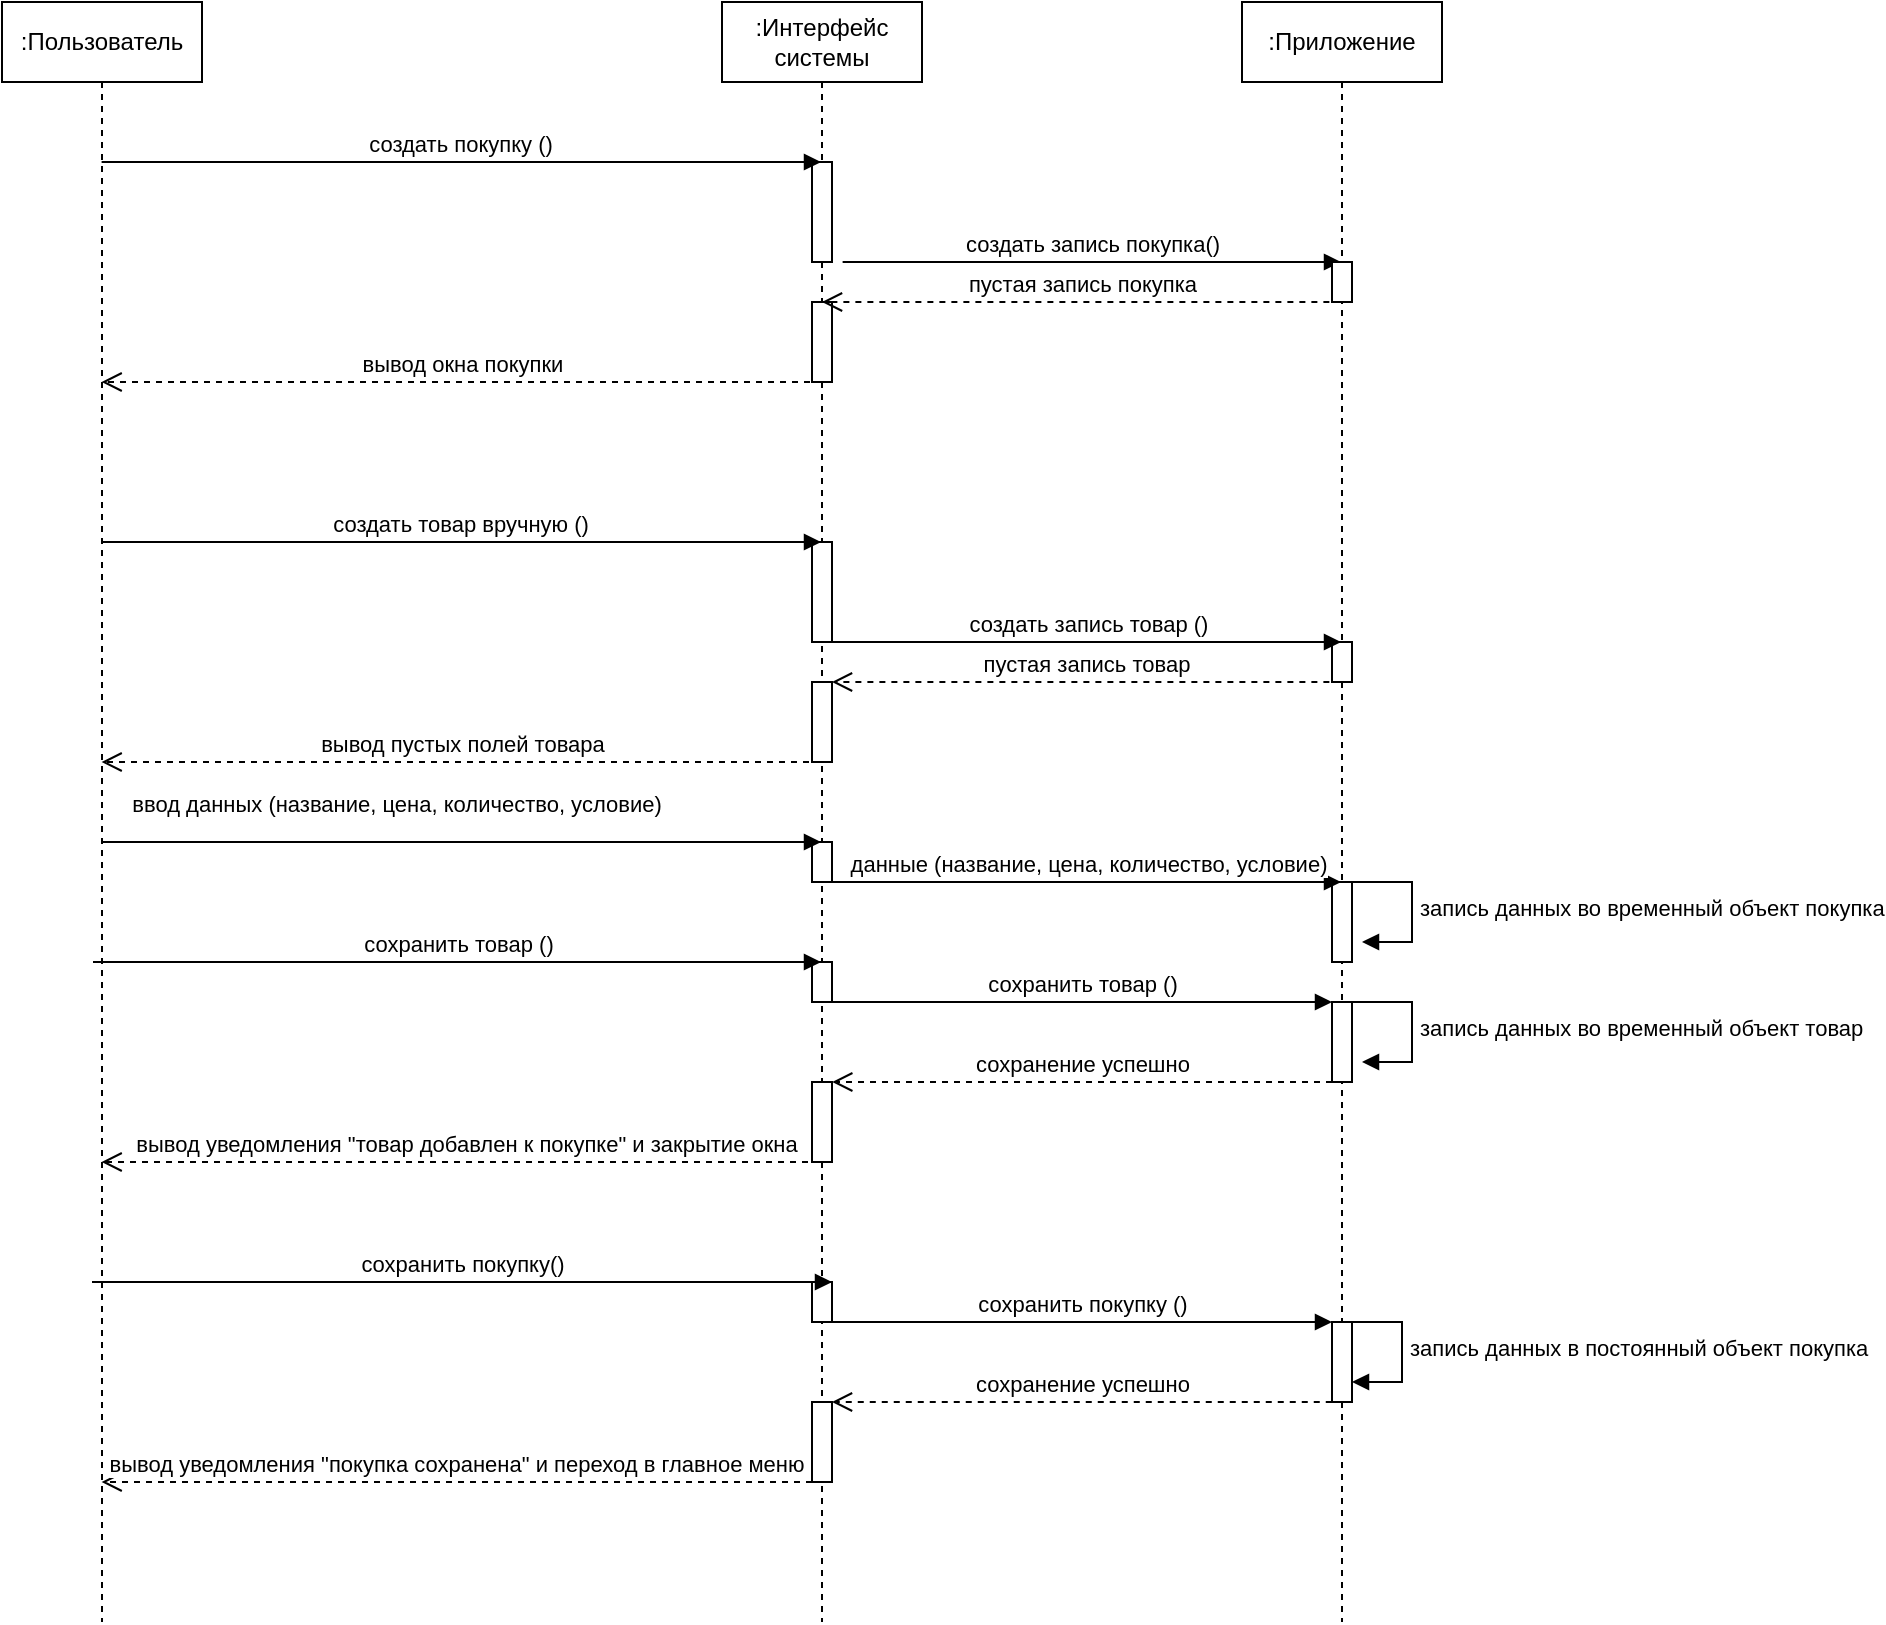
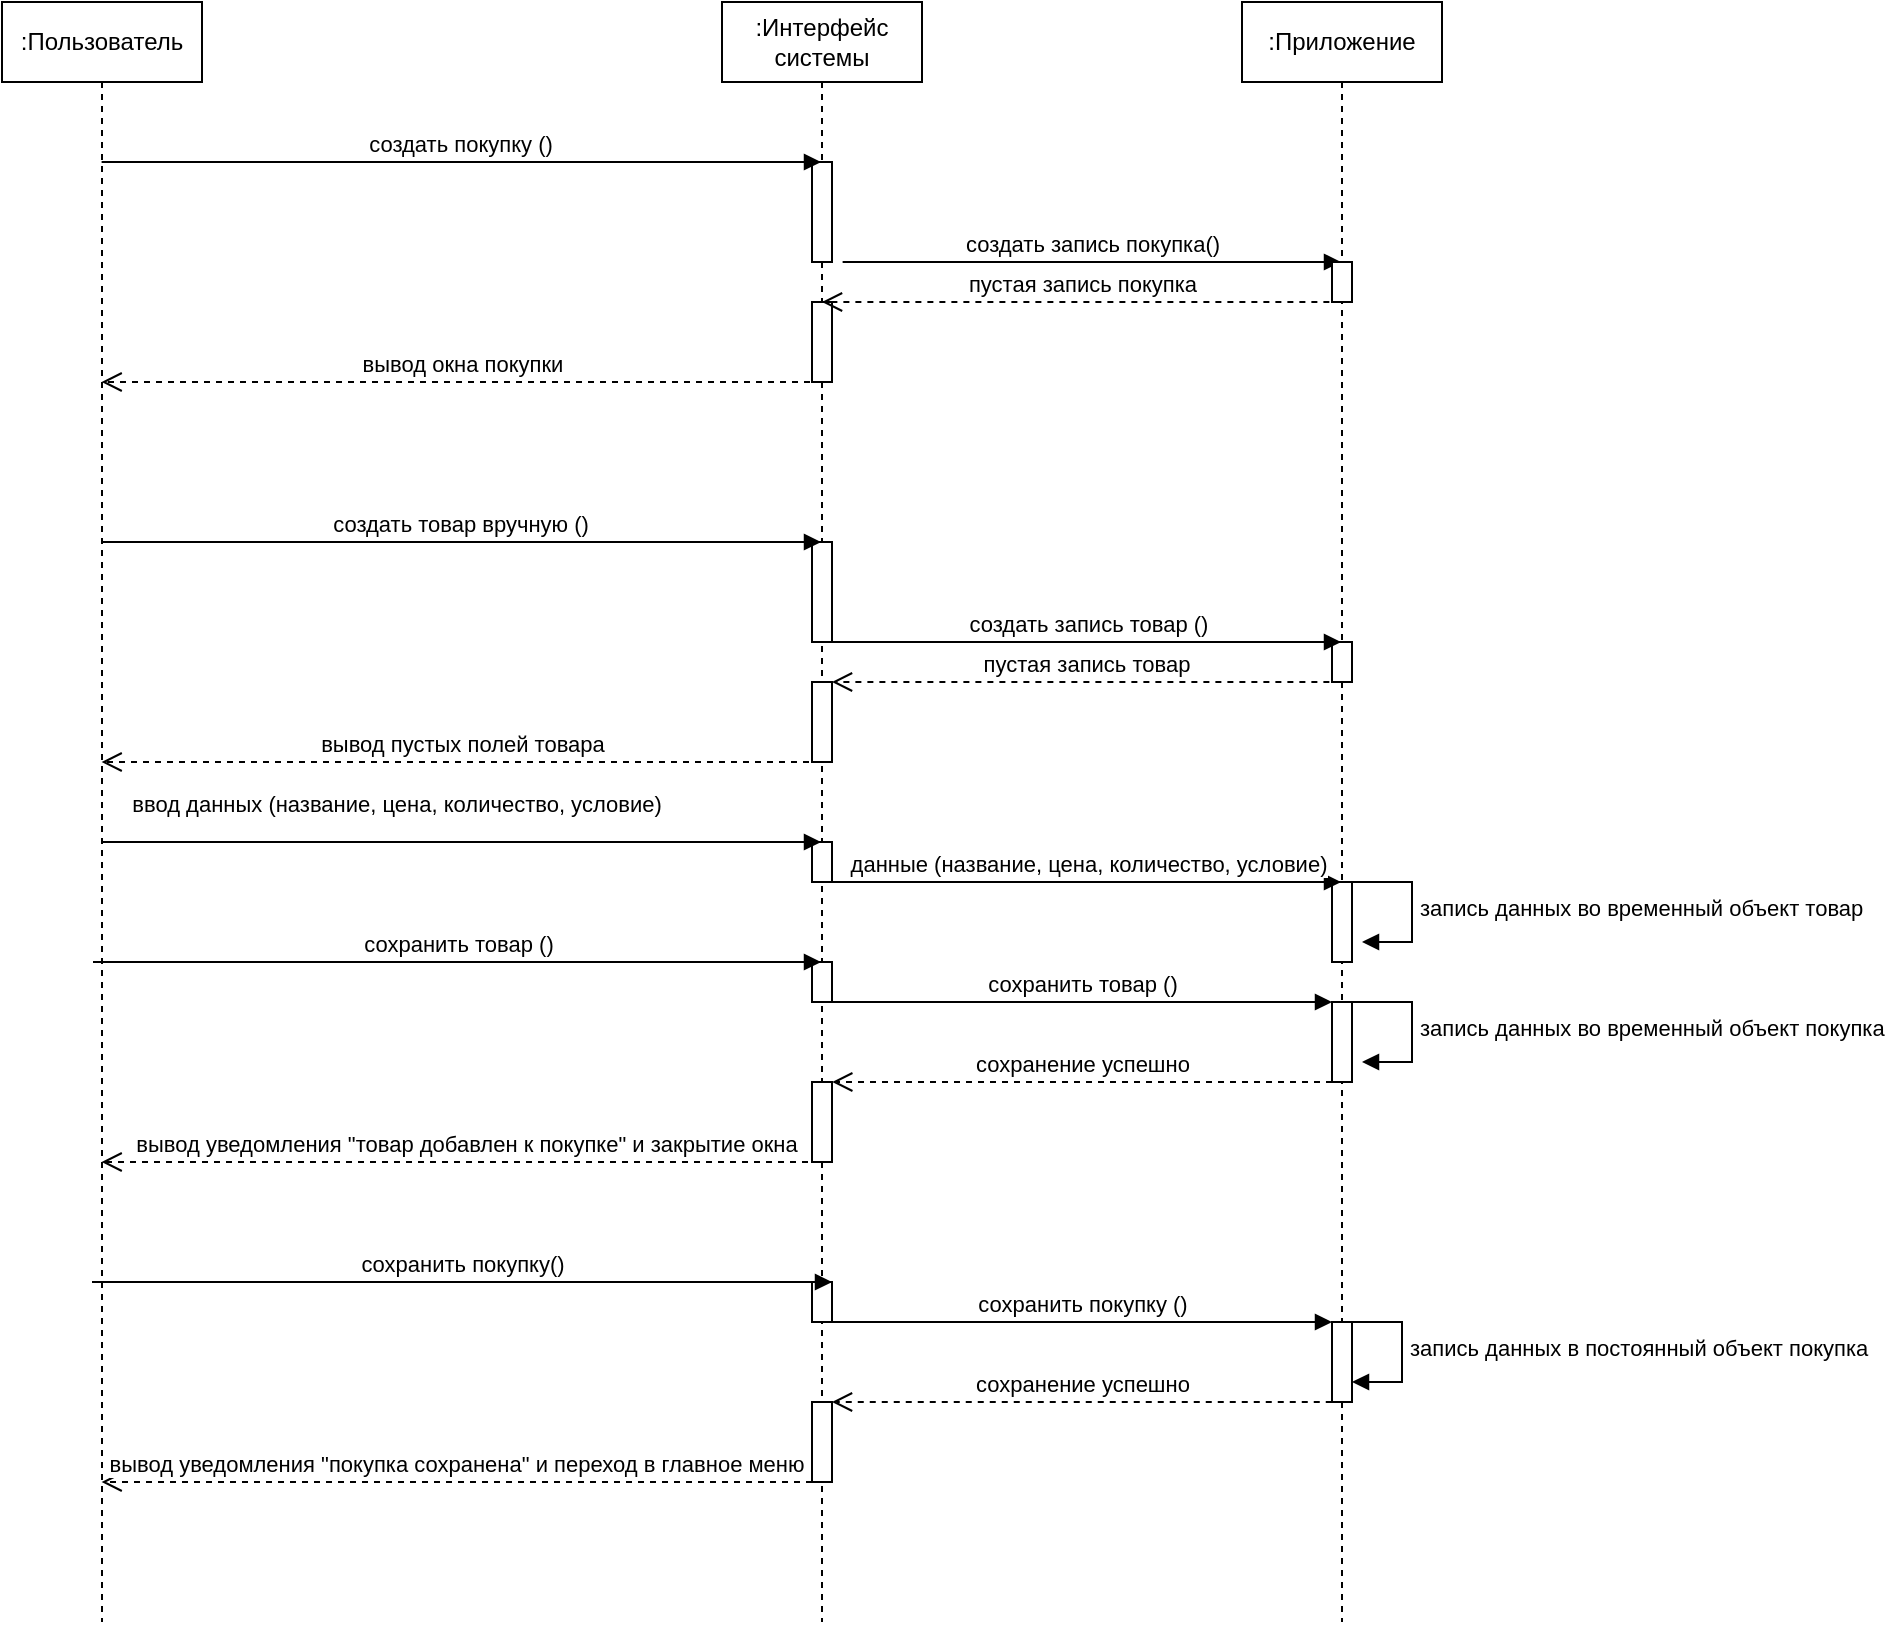
<mxfile host="Electron" agent="Mozilla/5.0 (Windows NT 10.0; Win64; x64) AppleWebKit/537.36 (KHTML, like Gecko) draw.io/27.0.9 Chrome/134.0.6998.205 Electron/35.4.0 Safari/537.36" version="27.0.9">
  <diagram name="Страница — 1" id="C-zP2Uvof8lX_r3ap9eg">
-     <mxGraphModel dx="983" dy="580" grid="1" gridSize="10" guides="1" tooltips="1" connect="1" arrows="1" fold="1" page="1" pageScale="1" pageWidth="827" pageHeight="1169" math="0" shadow="0">
+     <mxGraphModel dx="1426" dy="841" grid="1" gridSize="10" guides="1" tooltips="1" connect="1" arrows="1" fold="1" page="1" pageScale="1" pageWidth="827" pageHeight="1169" math="0" shadow="0">
      <root>
        <mxCell id="0" />
        <mxCell id="1" parent="0" />
        <mxCell id="Df0aoUOf8Cm_znKc1Et9-1" value=":Пользователь" style="shape=umlLifeline;perimeter=lifelinePerimeter;whiteSpace=wrap;html=1;container=1;dropTarget=0;collapsible=0;recursiveResize=0;outlineConnect=0;portConstraint=eastwest;newEdgeStyle={&quot;curved&quot;:0,&quot;rounded&quot;:0};" parent="1" vertex="1">
          <mxGeometry x="20" y="150" width="100" height="810" as="geometry" />
        </mxCell>
        <mxCell id="Df0aoUOf8Cm_znKc1Et9-2" value=":Интерфейс системы" style="shape=umlLifeline;perimeter=lifelinePerimeter;whiteSpace=wrap;html=1;container=1;dropTarget=0;collapsible=0;recursiveResize=0;outlineConnect=0;portConstraint=eastwest;newEdgeStyle={&quot;curved&quot;:0,&quot;rounded&quot;:0};" parent="1" vertex="1">
          <mxGeometry x="380" y="150" width="100" height="810" as="geometry" />
        </mxCell>
        <mxCell id="Df0aoUOf8Cm_znKc1Et9-5" value="" style="html=1;points=[[0,0,0,0,5],[0,1,0,0,-5],[1,0,0,0,5],[1,1,0,0,-5]];perimeter=orthogonalPerimeter;outlineConnect=0;targetShapes=umlLifeline;portConstraint=eastwest;newEdgeStyle={&quot;curved&quot;:0,&quot;rounded&quot;:0};" parent="Df0aoUOf8Cm_znKc1Et9-2" vertex="1">
          <mxGeometry x="45" y="270" width="10" height="50" as="geometry" />
        </mxCell>
        <mxCell id="Df0aoUOf8Cm_znKc1Et9-12" value="" style="html=1;points=[[0,0,0,0,5],[0,1,0,0,-5],[1,0,0,0,5],[1,1,0,0,-5]];perimeter=orthogonalPerimeter;outlineConnect=0;targetShapes=umlLifeline;portConstraint=eastwest;newEdgeStyle={&quot;curved&quot;:0,&quot;rounded&quot;:0};" parent="Df0aoUOf8Cm_znKc1Et9-2" vertex="1">
          <mxGeometry x="45" y="420" width="10" height="20" as="geometry" />
        </mxCell>
        <mxCell id="Df0aoUOf8Cm_znKc1Et9-18" value="" style="html=1;points=[[0,0,0,0,5],[0,1,0,0,-5],[1,0,0,0,5],[1,1,0,0,-5]];perimeter=orthogonalPerimeter;outlineConnect=0;targetShapes=umlLifeline;portConstraint=eastwest;newEdgeStyle={&quot;curved&quot;:0,&quot;rounded&quot;:0};" parent="Df0aoUOf8Cm_znKc1Et9-2" vertex="1">
          <mxGeometry x="45" y="340" width="10" height="40" as="geometry" />
        </mxCell>
-         <mxCell id="ONG9JS5dPrq4KwK6SSC--2" value="" style="html=1;points=[[0,0,0,0,5],[0,1,0,0,-5],[1,0,0,0,5],[1,1,0,0,-5]];perimeter=orthogonalPerimeter;outlineConnect=0;targetShapes=umlLifeline;portConstraint=eastwest;newEdgeStyle={&quot;curved&quot;:0,&quot;rounded&quot;:0};" vertex="1" parent="Df0aoUOf8Cm_znKc1Et9-2">
+         <mxCell id="ONG9JS5dPrq4KwK6SSC--2" value="" style="html=1;points=[[0,0,0,0,5],[0,1,0,0,-5],[1,0,0,0,5],[1,1,0,0,-5]];perimeter=orthogonalPerimeter;outlineConnect=0;targetShapes=umlLifeline;portConstraint=eastwest;newEdgeStyle={&quot;curved&quot;:0,&quot;rounded&quot;:0};" parent="Df0aoUOf8Cm_znKc1Et9-2" vertex="1">
          <mxGeometry x="45" y="80" width="10" height="50" as="geometry" />
        </mxCell>
-         <mxCell id="ONG9JS5dPrq4KwK6SSC--3" value="создать запись покупка()" style="html=1;verticalAlign=bottom;endArrow=block;curved=0;rounded=0;" edge="1" parent="Df0aoUOf8Cm_znKc1Et9-2">
+         <mxCell id="ONG9JS5dPrq4KwK6SSC--3" value="создать запись покупка()" style="html=1;verticalAlign=bottom;endArrow=block;curved=0;rounded=0;" parent="Df0aoUOf8Cm_znKc1Et9-2" edge="1">
          <mxGeometry width="80" relative="1" as="geometry">
            <mxPoint x="60.31034482758605" y="130" as="sourcePoint" />
            <mxPoint x="309.5" y="130" as="targetPoint" />
          </mxGeometry>
        </mxCell>
-         <mxCell id="ONG9JS5dPrq4KwK6SSC--7" value="вывод окна покупки" style="html=1;verticalAlign=bottom;endArrow=open;dashed=1;endSize=8;curved=0;rounded=0;" edge="1" parent="Df0aoUOf8Cm_znKc1Et9-2">
+         <mxCell id="ONG9JS5dPrq4KwK6SSC--7" value="вывод окна покупки" style="html=1;verticalAlign=bottom;endArrow=open;dashed=1;endSize=8;curved=0;rounded=0;" parent="Df0aoUOf8Cm_znKc1Et9-2" edge="1">
          <mxGeometry relative="1" as="geometry">
            <mxPoint x="49.99965517241395" y="190" as="sourcePoint" />
            <mxPoint x="-310.19" y="190" as="targetPoint" />
          </mxGeometry>
        </mxCell>
-         <mxCell id="ONG9JS5dPrq4KwK6SSC--6" value="" style="html=1;points=[[0,0,0,0,5],[0,1,0,0,-5],[1,0,0,0,5],[1,1,0,0,-5]];perimeter=orthogonalPerimeter;outlineConnect=0;targetShapes=umlLifeline;portConstraint=eastwest;newEdgeStyle={&quot;curved&quot;:0,&quot;rounded&quot;:0};" vertex="1" parent="Df0aoUOf8Cm_znKc1Et9-2">
+         <mxCell id="ONG9JS5dPrq4KwK6SSC--6" value="" style="html=1;points=[[0,0,0,0,5],[0,1,0,0,-5],[1,0,0,0,5],[1,1,0,0,-5]];perimeter=orthogonalPerimeter;outlineConnect=0;targetShapes=umlLifeline;portConstraint=eastwest;newEdgeStyle={&quot;curved&quot;:0,&quot;rounded&quot;:0};" parent="Df0aoUOf8Cm_znKc1Et9-2" vertex="1">
          <mxGeometry x="44.99965517241395" y="150" width="10" height="40" as="geometry" />
        </mxCell>
        <mxCell id="Df0aoUOf8Cm_znKc1Et9-9" value="" style="html=1;points=[[0,0,0,0,5],[0,1,0,0,-5],[1,0,0,0,5],[1,1,0,0,-5]];perimeter=orthogonalPerimeter;outlineConnect=0;targetShapes=umlLifeline;portConstraint=eastwest;newEdgeStyle={&quot;curved&quot;:0,&quot;rounded&quot;:0};" parent="Df0aoUOf8Cm_znKc1Et9-2" vertex="1">
          <mxGeometry x="45" y="480" width="10" height="20" as="geometry" />
        </mxCell>
        <mxCell id="Df0aoUOf8Cm_znKc1Et9-29" value="" style="html=1;points=[[0,0,0,0,5],[0,1,0,0,-5],[1,0,0,0,5],[1,1,0,0,-5]];perimeter=orthogonalPerimeter;outlineConnect=0;targetShapes=umlLifeline;portConstraint=eastwest;newEdgeStyle={&quot;curved&quot;:0,&quot;rounded&quot;:0};" parent="Df0aoUOf8Cm_znKc1Et9-2" vertex="1">
          <mxGeometry x="45" y="540" width="10" height="40" as="geometry" />
        </mxCell>
        <mxCell id="Df0aoUOf8Cm_znKc1Et9-22" value="" style="html=1;points=[[0,0,0,0,5],[0,1,0,0,-5],[1,0,0,0,5],[1,1,0,0,-5]];perimeter=orthogonalPerimeter;outlineConnect=0;targetShapes=umlLifeline;portConstraint=eastwest;newEdgeStyle={&quot;curved&quot;:0,&quot;rounded&quot;:0};" parent="Df0aoUOf8Cm_znKc1Et9-2" vertex="1">
          <mxGeometry x="45" y="640" width="10" height="20" as="geometry" />
        </mxCell>
        <mxCell id="Df0aoUOf8Cm_znKc1Et9-31" value="" style="html=1;points=[[0,0,0,0,5],[0,1,0,0,-5],[1,0,0,0,5],[1,1,0,0,-5]];perimeter=orthogonalPerimeter;outlineConnect=0;targetShapes=umlLifeline;portConstraint=eastwest;newEdgeStyle={&quot;curved&quot;:0,&quot;rounded&quot;:0};" parent="Df0aoUOf8Cm_znKc1Et9-2" vertex="1">
          <mxGeometry x="45.00000000000006" y="700" width="10" height="40" as="geometry" />
        </mxCell>
        <mxCell id="Df0aoUOf8Cm_znKc1Et9-3" value=":Приложение" style="shape=umlLifeline;perimeter=lifelinePerimeter;whiteSpace=wrap;html=1;container=1;dropTarget=0;collapsible=0;recursiveResize=0;outlineConnect=0;portConstraint=eastwest;newEdgeStyle={&quot;curved&quot;:0,&quot;rounded&quot;:0};" parent="1" vertex="1">
          <mxGeometry x="640" y="150" width="100" height="810" as="geometry" />
        </mxCell>
        <mxCell id="Df0aoUOf8Cm_znKc1Et9-7" value="" style="html=1;points=[[0,0,0,0,5],[0,1,0,0,-5],[1,0,0,0,5],[1,1,0,0,-5]];perimeter=orthogonalPerimeter;outlineConnect=0;targetShapes=umlLifeline;portConstraint=eastwest;newEdgeStyle={&quot;curved&quot;:0,&quot;rounded&quot;:0};" parent="Df0aoUOf8Cm_znKc1Et9-3" vertex="1">
          <mxGeometry x="45" y="320" width="10" height="20" as="geometry" />
        </mxCell>
        <mxCell id="Df0aoUOf8Cm_znKc1Et9-14" value="" style="html=1;points=[[0,0,0,0,5],[0,1,0,0,-5],[1,0,0,0,5],[1,1,0,0,-5]];perimeter=orthogonalPerimeter;outlineConnect=0;targetShapes=umlLifeline;portConstraint=eastwest;newEdgeStyle={&quot;curved&quot;:0,&quot;rounded&quot;:0};" parent="Df0aoUOf8Cm_znKc1Et9-3" vertex="1">
          <mxGeometry x="45" y="440" width="10" height="40" as="geometry" />
        </mxCell>
        <mxCell id="Df0aoUOf8Cm_znKc1Et9-21" value="запись данных во временный объект покупка" style="html=1;align=left;spacingLeft=2;endArrow=block;rounded=0;edgeStyle=orthogonalEdgeStyle;curved=0;rounded=0;" parent="Df0aoUOf8Cm_znKc1Et9-3" edge="1">
          <mxGeometry relative="1" as="geometry">
-             <mxPoint x="55" y="440" as="sourcePoint" />
+             <mxPoint x="55" y="500" as="sourcePoint" />
            <Array as="points">
-               <mxPoint x="85" y="470" />
+               <mxPoint x="85" y="530" />
            </Array>
-             <mxPoint x="60" y="470" as="targetPoint" />
+             <mxPoint x="60" y="530" as="targetPoint" />
          </mxGeometry>
        </mxCell>
-         <mxCell id="ONG9JS5dPrq4KwK6SSC--4" value="" style="html=1;points=[[0,0,0,0,5],[0,1,0,0,-5],[1,0,0,0,5],[1,1,0,0,-5]];perimeter=orthogonalPerimeter;outlineConnect=0;targetShapes=umlLifeline;portConstraint=eastwest;newEdgeStyle={&quot;curved&quot;:0,&quot;rounded&quot;:0};" vertex="1" parent="Df0aoUOf8Cm_znKc1Et9-3">
+         <mxCell id="ONG9JS5dPrq4KwK6SSC--4" value="" style="html=1;points=[[0,0,0,0,5],[0,1,0,0,-5],[1,0,0,0,5],[1,1,0,0,-5]];perimeter=orthogonalPerimeter;outlineConnect=0;targetShapes=umlLifeline;portConstraint=eastwest;newEdgeStyle={&quot;curved&quot;:0,&quot;rounded&quot;:0};" parent="Df0aoUOf8Cm_znKc1Et9-3" vertex="1">
          <mxGeometry x="44.999655172413895" y="130" width="10" height="20" as="geometry" />
        </mxCell>
-         <mxCell id="ONG9JS5dPrq4KwK6SSC--5" value="пустая запись покупка" style="html=1;verticalAlign=bottom;endArrow=open;dashed=1;endSize=8;curved=0;rounded=0;" edge="1" parent="Df0aoUOf8Cm_znKc1Et9-3" target="Df0aoUOf8Cm_znKc1Et9-2">
+         <mxCell id="ONG9JS5dPrq4KwK6SSC--5" value="пустая запись покупка" style="html=1;verticalAlign=bottom;endArrow=open;dashed=1;endSize=8;curved=0;rounded=0;" parent="Df0aoUOf8Cm_znKc1Et9-3" target="Df0aoUOf8Cm_znKc1Et9-2" edge="1">
          <mxGeometry relative="1" as="geometry">
            <mxPoint x="49.68965517241395" y="150" as="sourcePoint" />
            <mxPoint x="-200.19" y="150" as="targetPoint" />
          </mxGeometry>
        </mxCell>
        <mxCell id="Df0aoUOf8Cm_znKc1Et9-17" value="сохранить товар ()" style="html=1;verticalAlign=bottom;endArrow=block;curved=0;rounded=0;" parent="Df0aoUOf8Cm_znKc1Et9-3" edge="1">
          <mxGeometry width="80" relative="1" as="geometry">
            <mxPoint x="-574.5" y="480" as="sourcePoint" />
            <mxPoint x="-210.5" y="480" as="targetPoint" />
          </mxGeometry>
        </mxCell>
        <mxCell id="Df0aoUOf8Cm_znKc1Et9-20" value="" style="html=1;points=[[0,0,0,0,5],[0,1,0,0,-5],[1,0,0,0,5],[1,1,0,0,-5]];perimeter=orthogonalPerimeter;outlineConnect=0;targetShapes=umlLifeline;portConstraint=eastwest;newEdgeStyle={&quot;curved&quot;:0,&quot;rounded&quot;:0};" parent="Df0aoUOf8Cm_znKc1Et9-3" vertex="1">
          <mxGeometry x="45" y="500" width="10" height="40" as="geometry" />
        </mxCell>
        <mxCell id="Df0aoUOf8Cm_znKc1Et9-16" value="запись данных во временный объект товар" style="html=1;align=left;spacingLeft=2;endArrow=block;rounded=0;edgeStyle=orthogonalEdgeStyle;curved=0;rounded=0;" parent="Df0aoUOf8Cm_znKc1Et9-3" edge="1">
          <mxGeometry relative="1" as="geometry">
-             <mxPoint x="55" y="500" as="sourcePoint" />
+             <mxPoint x="55" y="440" as="sourcePoint" />
            <Array as="points">
-               <mxPoint x="85" y="530" />
+               <mxPoint x="85" y="470" />
            </Array>
-             <mxPoint x="60" y="530" as="targetPoint" />
+             <mxPoint x="60" y="470" as="targetPoint" />
          </mxGeometry>
        </mxCell>
        <mxCell id="Df0aoUOf8Cm_znKc1Et9-25" value="" style="html=1;points=[[0,0,0,0,5],[0,1,0,0,-5],[1,0,0,0,5],[1,1,0,0,-5]];perimeter=orthogonalPerimeter;outlineConnect=0;targetShapes=umlLifeline;portConstraint=eastwest;newEdgeStyle={&quot;curved&quot;:0,&quot;rounded&quot;:0};" parent="Df0aoUOf8Cm_znKc1Et9-3" vertex="1">
          <mxGeometry x="45" y="660" width="10" height="40" as="geometry" />
        </mxCell>
        <mxCell id="Df0aoUOf8Cm_znKc1Et9-26" value="запись данных в постоянный объект покупка" style="html=1;align=left;spacingLeft=2;endArrow=block;rounded=0;edgeStyle=orthogonalEdgeStyle;curved=0;rounded=0;" parent="Df0aoUOf8Cm_znKc1Et9-3" edge="1">
          <mxGeometry relative="1" as="geometry">
            <mxPoint x="50" y="660" as="sourcePoint" />
            <Array as="points">
              <mxPoint x="80" y="690" />
            </Array>
            <mxPoint x="55" y="690" as="targetPoint" />
          </mxGeometry>
        </mxCell>
-         <mxCell id="Df0aoUOf8Cm_znKc1Et9-4" value="создать товар вручную ()" style="html=1;verticalAlign=bottom;endArrow=block;curved=0;rounded=0;" parent="1" edge="1" target="Df0aoUOf8Cm_znKc1Et9-2">
+         <mxCell id="Df0aoUOf8Cm_znKc1Et9-4" value="создать товар вручную ()" style="html=1;verticalAlign=bottom;endArrow=block;curved=0;rounded=0;" parent="1" target="Df0aoUOf8Cm_znKc1Et9-2" edge="1">
          <mxGeometry x="-0.0026" width="80" relative="1" as="geometry">
            <mxPoint x="69.81034482758605" y="420" as="sourcePoint" />
            <mxPoint x="439.5" y="420" as="targetPoint" />
            <mxPoint as="offset" />
          </mxGeometry>
        </mxCell>
-         <mxCell id="Df0aoUOf8Cm_znKc1Et9-6" value="создать запись товар ()" style="html=1;verticalAlign=bottom;endArrow=block;curved=0;rounded=0;" parent="1" edge="1" source="Df0aoUOf8Cm_znKc1Et9-5">
+         <mxCell id="Df0aoUOf8Cm_znKc1Et9-6" value="создать запись товар ()" style="html=1;verticalAlign=bottom;endArrow=block;curved=0;rounded=0;" parent="1" source="Df0aoUOf8Cm_znKc1Et9-5" edge="1">
          <mxGeometry width="80" relative="1" as="geometry">
            <mxPoint x="440.31034482758605" y="470" as="sourcePoint" />
            <mxPoint x="689.5" y="470" as="targetPoint" />
          </mxGeometry>
        </mxCell>
-         <mxCell id="Df0aoUOf8Cm_znKc1Et9-8" value="пустая запись товар" style="html=1;verticalAlign=bottom;endArrow=open;dashed=1;endSize=8;curved=0;rounded=0;" parent="1" edge="1" target="Df0aoUOf8Cm_znKc1Et9-18">
+         <mxCell id="Df0aoUOf8Cm_znKc1Et9-8" value="пустая запись товар" style="html=1;verticalAlign=bottom;endArrow=open;dashed=1;endSize=8;curved=0;rounded=0;" parent="1" target="Df0aoUOf8Cm_znKc1Et9-18" edge="1">
          <mxGeometry relative="1" as="geometry">
            <mxPoint x="689.69" y="490" as="sourcePoint" />
            <mxPoint x="439.81034482758605" y="490" as="targetPoint" />
          </mxGeometry>
        </mxCell>
        <mxCell id="Df0aoUOf8Cm_znKc1Et9-10" value="вывод пустых полей товара" style="html=1;verticalAlign=bottom;endArrow=open;dashed=1;endSize=8;curved=0;rounded=0;" parent="1" source="Df0aoUOf8Cm_znKc1Et9-2" edge="1">
          <mxGeometry relative="1" as="geometry">
            <mxPoint x="289.5" y="530" as="sourcePoint" />
            <mxPoint x="69.81034482758605" y="530" as="targetPoint" />
          </mxGeometry>
        </mxCell>
        <mxCell id="Df0aoUOf8Cm_znKc1Et9-11" value="ввод данных (название, цена, количество, условие)" style="html=1;verticalAlign=bottom;endArrow=block;curved=0;rounded=0;" parent="1" target="Df0aoUOf8Cm_znKc1Et9-2" edge="1">
          <mxGeometry x="-0.1789" y="10" width="80" relative="1" as="geometry">
            <mxPoint x="69.81034482758605" y="570" as="sourcePoint" />
            <mxPoint x="289.5" y="570" as="targetPoint" />
            <mxPoint as="offset" />
          </mxGeometry>
        </mxCell>
-         <mxCell id="Df0aoUOf8Cm_znKc1Et9-13" value="данные (название, цена, количество, условие)" style="html=1;verticalAlign=bottom;endArrow=block;curved=0;rounded=0;" parent="1" edge="1" source="Df0aoUOf8Cm_znKc1Et9-12">
+         <mxCell id="Df0aoUOf8Cm_znKc1Et9-13" value="данные (название, цена, количество, условие)" style="html=1;verticalAlign=bottom;endArrow=block;curved=0;rounded=0;" parent="1" source="Df0aoUOf8Cm_znKc1Et9-12" edge="1">
          <mxGeometry width="80" relative="1" as="geometry">
            <mxPoint x="439.81034482758605" y="590" as="sourcePoint" />
            <mxPoint x="689.5" y="590" as="targetPoint" />
          </mxGeometry>
        </mxCell>
-         <mxCell id="ONG9JS5dPrq4KwK6SSC--1" value="создать покупку ()" style="html=1;verticalAlign=bottom;endArrow=block;curved=0;rounded=0;" edge="1" parent="1">
+         <mxCell id="ONG9JS5dPrq4KwK6SSC--1" value="создать покупку ()" style="html=1;verticalAlign=bottom;endArrow=block;curved=0;rounded=0;" parent="1" edge="1">
          <mxGeometry x="-0.0026" width="80" relative="1" as="geometry">
            <mxPoint x="69.81034482758605" y="230" as="sourcePoint" />
            <mxPoint x="429.5" y="230" as="targetPoint" />
            <mxPoint as="offset" />
          </mxGeometry>
        </mxCell>
        <mxCell id="Df0aoUOf8Cm_znKc1Et9-32" value="сохранение успешно" style="html=1;verticalAlign=bottom;endArrow=open;dashed=1;endSize=8;curved=0;rounded=0;" parent="1" edge="1">
          <mxGeometry relative="1" as="geometry">
            <mxPoint x="684.879655172414" y="850" as="sourcePoint" />
            <mxPoint x="435.00000000000006" y="850" as="targetPoint" />
          </mxGeometry>
        </mxCell>
        <mxCell id="Df0aoUOf8Cm_znKc1Et9-23" value="сохранить покупку()" style="html=1;verticalAlign=bottom;endArrow=block;curved=0;rounded=0;" parent="1" edge="1">
          <mxGeometry width="80" relative="1" as="geometry">
            <mxPoint x="65" y="790" as="sourcePoint" />
            <mxPoint x="435" y="790" as="targetPoint" />
          </mxGeometry>
        </mxCell>
        <mxCell id="Df0aoUOf8Cm_znKc1Et9-24" value="сохранить покупку ()" style="html=1;verticalAlign=bottom;endArrow=block;curved=0;rounded=0;" parent="1" edge="1">
          <mxGeometry width="80" relative="1" as="geometry">
            <mxPoint x="435.31" y="810" as="sourcePoint" />
            <mxPoint x="684.9996551724139" y="810" as="targetPoint" />
          </mxGeometry>
        </mxCell>
        <mxCell id="Df0aoUOf8Cm_znKc1Et9-30" value="вывод уведомления &quot;товар добавлен к покупке&quot; и закрытие окна" style="html=1;verticalAlign=bottom;endArrow=open;dashed=1;endSize=8;curved=0;rounded=0;" parent="1" edge="1">
          <mxGeometry relative="1" as="geometry">
            <mxPoint x="434.99965517241395" y="730" as="sourcePoint" />
            <mxPoint x="69.81034482758605" y="730" as="targetPoint" />
          </mxGeometry>
        </mxCell>
        <mxCell id="Df0aoUOf8Cm_znKc1Et9-33" value="вывод уведомления &quot;покупка сохранена&quot; и переход в главное меню" style="html=1;verticalAlign=bottom;endArrow=open;dashed=1;endSize=8;curved=0;rounded=0;" parent="1" edge="1">
          <mxGeometry relative="1" as="geometry">
            <mxPoint x="424.99965517241395" y="890" as="sourcePoint" />
            <mxPoint x="69.81034482758605" y="890" as="targetPoint" />
          </mxGeometry>
        </mxCell>
        <mxCell id="Df0aoUOf8Cm_znKc1Et9-19" value="сохранить товар ()" style="html=1;verticalAlign=bottom;endArrow=block;curved=0;rounded=0;" parent="1" edge="1">
          <mxGeometry width="80" relative="1" as="geometry">
            <mxPoint x="435.31" y="650" as="sourcePoint" />
            <mxPoint x="684.9996551724139" y="650" as="targetPoint" />
          </mxGeometry>
        </mxCell>
        <mxCell id="Df0aoUOf8Cm_znKc1Et9-28" value="сохранение успешно" style="html=1;verticalAlign=bottom;endArrow=open;dashed=1;endSize=8;curved=0;rounded=0;" parent="1" edge="1">
          <mxGeometry relative="1" as="geometry">
            <mxPoint x="684.999655172414" y="690" as="sourcePoint" />
            <mxPoint x="435.12" y="690" as="targetPoint" />
          </mxGeometry>
        </mxCell>
      </root>
    </mxGraphModel>
  </diagram>
</mxfile>
